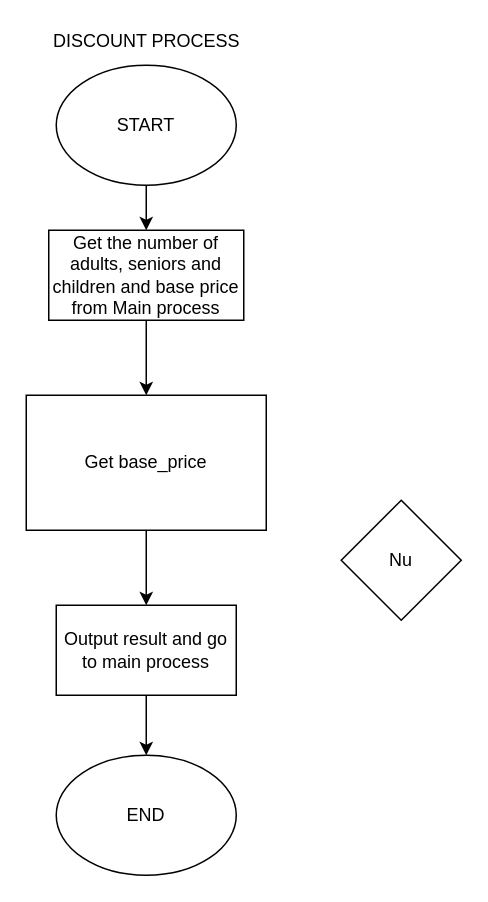
Above: APS145_Workshop7_SubprocessPart2.drawio in PriyaArasan/APS145_Workshop7 (draw.io), before the change. Source tidied: cells renumbered, new cells numbered last; positions are measured from the earlier drawing's top-left corner, leaving out a move shared by most shapes. Both pictures are drawn from the tidied source at 150%, with x=0, y=0 at pixel (26, 26).
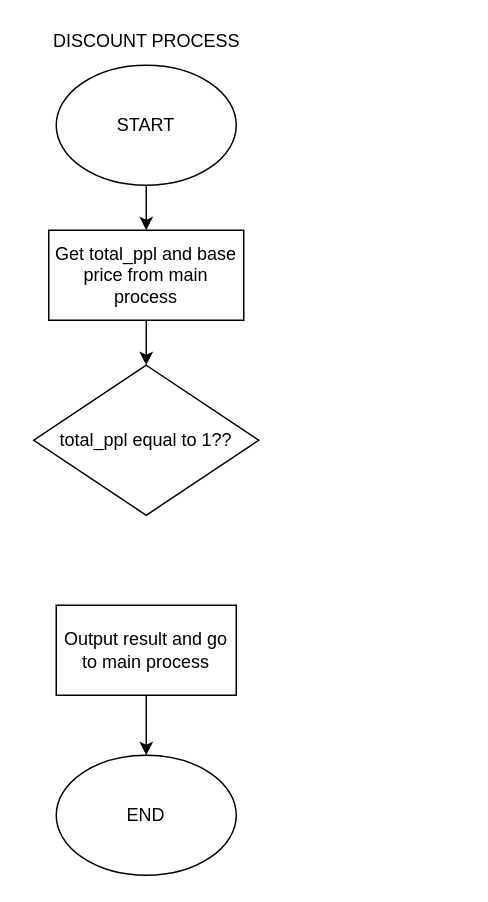
Above is the later version.

Change to the diagram source:
```diff
@@
 <mxGraphModel>
   <root>
     <mxCell id="0" />
     <mxCell id="1" parent="0" />
-    <mxCell id="2" style="edgeStyle=orthogonalEdgeStyle;rounded=0;jettySize=auto;html=1;" parent="1" edge="1" source="3" target="5">
-      <mxGeometry relative="1" as="geometry" />
-    </mxCell>
+    <mxCell id="13" style="edgeStyle=orthogonalEdgeStyle;rounded=0;jettySize=auto;html=1;" parent="1" edge="1" source="3" target="12">
+      <mxGeometry relative="1" as="geometry" />
+    </mxCell>
-    <mxCell id="3" value="Get the number of adults, seniors and children and base price from Main process" style="rounded=0;whiteSpace=wrap;html=1;" parent="1" vertex="1">
+    <mxCell id="3" value="Get total_ppl and base price from main process" style="rounded=0;whiteSpace=wrap;html=1;" parent="1" vertex="1">
       <mxGeometry x="15" y="136" width="130" height="60" as="geometry" />
     </mxCell>
-    <mxCell id="4" style="edgeStyle=orthogonalEdgeStyle;rounded=0;jettySize=auto;html=1;" parent="1" edge="1" source="5" target="7">
-      <mxGeometry relative="1" as="geometry" />
-    </mxCell>
-    <mxCell id="5" value="Get base_price" style="rounded=0;whiteSpace=wrap;html=1;" parent="1" vertex="1">
-      <mxGeometry y="246" width="160" height="90" as="geometry" />
-    </mxCell>
     <mxCell id="6" style="edgeStyle=orthogonalEdgeStyle;rounded=0;jettySize=auto;html=1;" parent="1" edge="1" source="7" target="11">
       <mxGeometry relative="1" as="geometry" />
     </mxCell>
     <mxCell id="7" value="Output result and go to main process" style="rounded=0;whiteSpace=wrap;html=1;" parent="1" vertex="1">
       <mxGeometry x="20" y="386" width="120" height="60" as="geometry" />
     </mxCell>
     <mxCell id="8" value="DISCOUNT PROCESS" style="text;html=1;align=center;verticalAlign=middle;" parent="1" vertex="1">
       <mxGeometry x="10" width="140" height="20" as="geometry" />
     </mxCell>
     <mxCell id="9" style="edgeStyle=orthogonalEdgeStyle;rounded=0;jettySize=auto;html=1;" parent="1" edge="1" source="10" target="3">
       <mxGeometry relative="1" as="geometry" />
     </mxCell>
     <mxCell id="10" value="START" style="ellipse;whiteSpace=wrap;html=1;" parent="1" vertex="1">
       <mxGeometry x="20" y="26" width="120" height="80" as="geometry" />
     </mxCell>
     <mxCell id="11" value="END" style="ellipse;whiteSpace=wrap;html=1;" parent="1" vertex="1">
       <mxGeometry x="20" y="486" width="120" height="80" as="geometry" />
     </mxCell>
-    <mxCell id="12" value="Nu" style="rhombus;whiteSpace=wrap;html=1;" parent="1" vertex="1">
-      <mxGeometry x="210" y="316" width="80" height="80" as="geometry" />
+    <mxCell id="12" value="total_ppl equal to 1??" style="rhombus;whiteSpace=wrap;html=1;" parent="1" vertex="1">
+      <mxGeometry x="5" y="226" width="150" height="100" as="geometry" />
     </mxCell>
   </root>
 </mxGraphModel>
```
